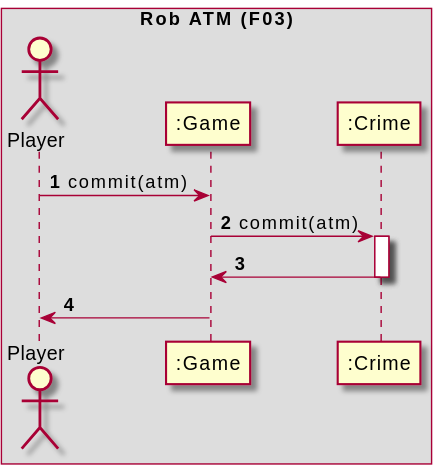
The PlantUML diagram uml/sequence_diagrams/system/F03_Rob_ATM.svg in amatzen/SE04-SE-G09-SPRO, before a commit.
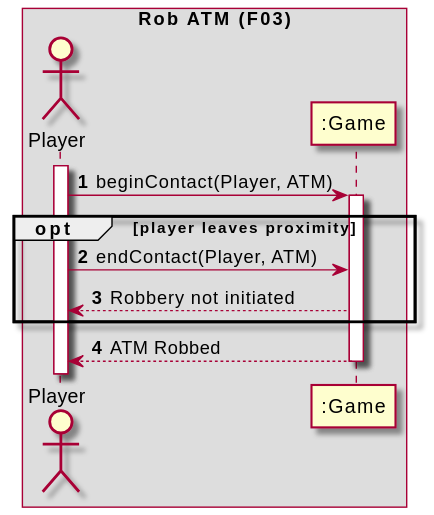
After the commit.

The edit, as a diff of the source:
```diff
@@ -5,16 +5,19 @@
 box Rob ATM (F03)
     actor "Player" as player
     participant ":Game" as game
-    participant ":Crime" as crime
 end box
 
-player -> game : commit(atm)
-game -> crime : commit(atm)
+activate player
+player -> game : beginContact(Player, ATM)
+activate game
 
-activate crime
-crime -> game
-deactivate crime
+opt player leaves proximity
+    player -> game: endContact(Player, ATM)
+    game --> player: Robbery not initiated
+end
 
-game -> player
+
+game --> player : ATM Robbed
+deactivate game
 
 @enduml
```
